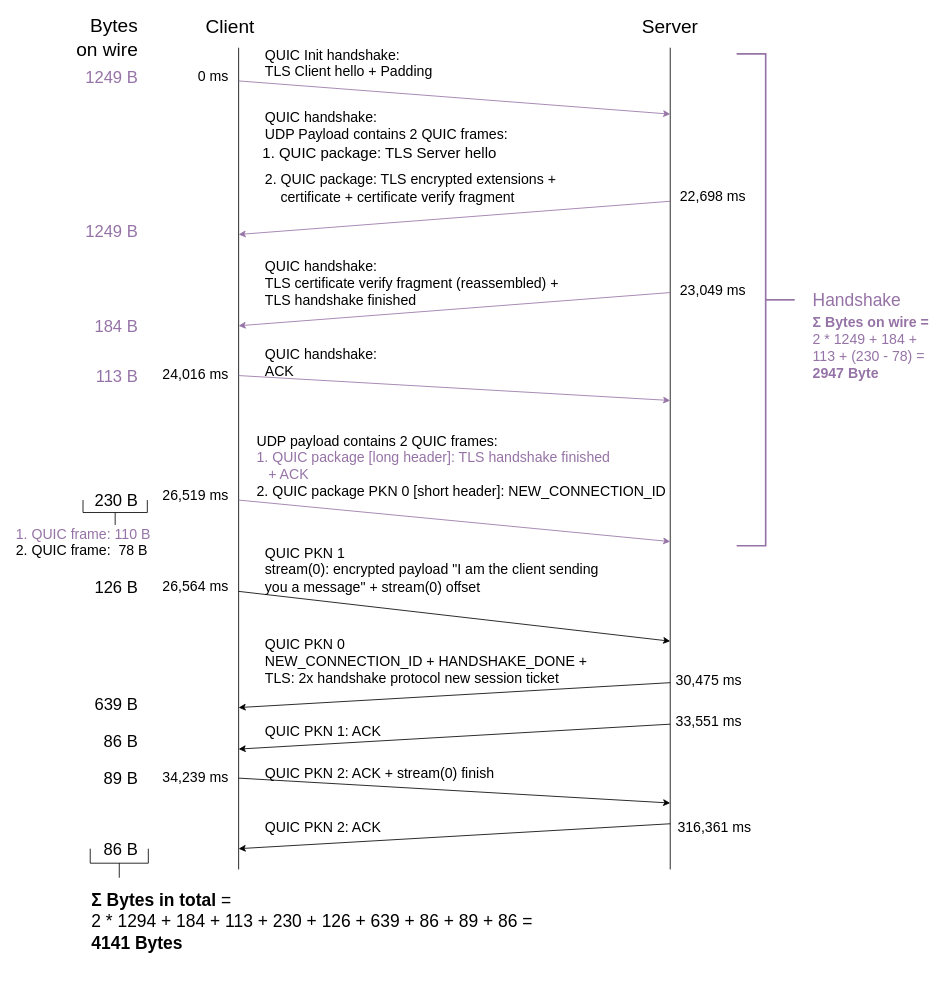
Earlier version of the draw.io diagram documentation/QUIC_flowchart_to_pcap_MEAN.drawio (JonathanJustavino/quic-benchmark). Source tidied: cells renumbered, new cells numbered last; positions are measured from the earlier drawing's top-left corner, leaving out a move shared by most shapes. Both pictures are drawn from the tidied source at 83%, with x=0, y=0 at pixel (14, 14).
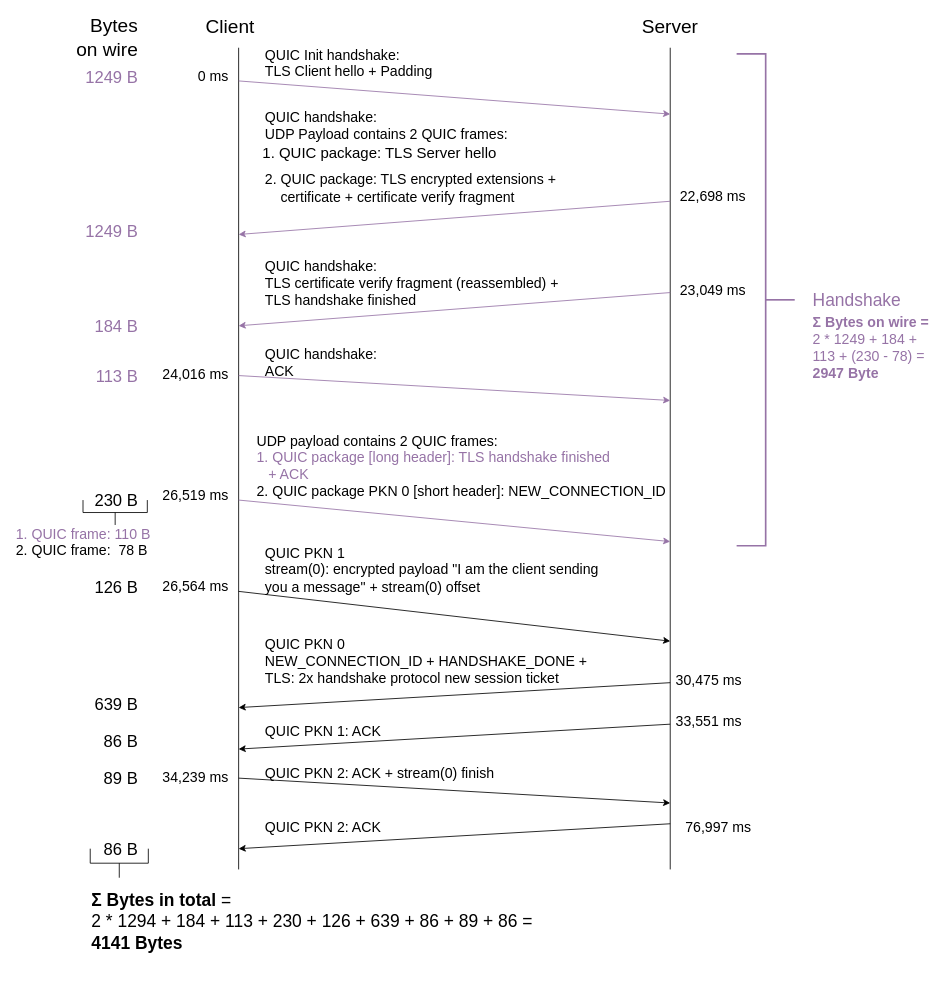
The same page after the edit.

Commit message (it also covers changes not shown here):
the average value of the last packet is calculated correctly + included in draw.io QUIC file

related to isse #29

What changed in the source:
```diff
@@
-    <mxCell id="39" value="316,361 ms" style="text;html=1;strokeColor=none;fillColor=none;align=right;verticalAlign=middle;whiteSpace=wrap;rounded=0;fontSize=17;" parent="1" vertex="1">
+    <mxCell id="39" value="76,997 ms" style="text;html=1;strokeColor=none;fillColor=none;align=right;verticalAlign=middle;whiteSpace=wrap;rounded=0;fontSize=17;" parent="1" vertex="1">
       <mxGeometry x="790" y="970" width="100" height="20" as="geometry" />
     </mxCell>
```
